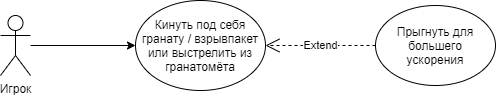
Earlier version of the draw.io export assets/Rocketboost.png (Torusaynim/Grove-Street-Glitches). Source tidied: cells renumbered, new cells last; positions are measured from the earlier drawing's top-left corner, leaving out a move shared by most shapes.
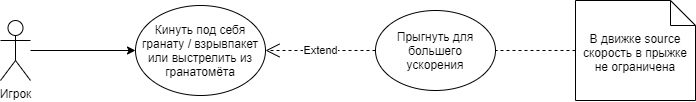
After the commit.

The edit, as a diff of the source:
```diff
@@ -17,5 +17,11 @@
     <mxCell id="6" value="Extend" style="endArrow=open;endSize=12;dashed=1;html=1;" parent="1" edge="1" source="4" target="3">
       <mxGeometry relative="1" as="geometry" />
     </mxCell>
+    <mxCell id="7" value="В движке source скорость в прыжке не ограничена" style="shape=note2;boundedLbl=1;whiteSpace=wrap;html=1;size=25;verticalAlign=top;align=center;" parent="1" vertex="1">
+      <mxGeometry x="575" y="-5" width="120" height="100" as="geometry" />
+    </mxCell>
+    <mxCell id="8" style="endArrow=none;dashed=1;html=1;" parent="1" edge="1" source="7" target="4">
+      <mxGeometry relative="1" as="geometry" />
+    </mxCell>
   </root>
 </mxGraphModel>
```
